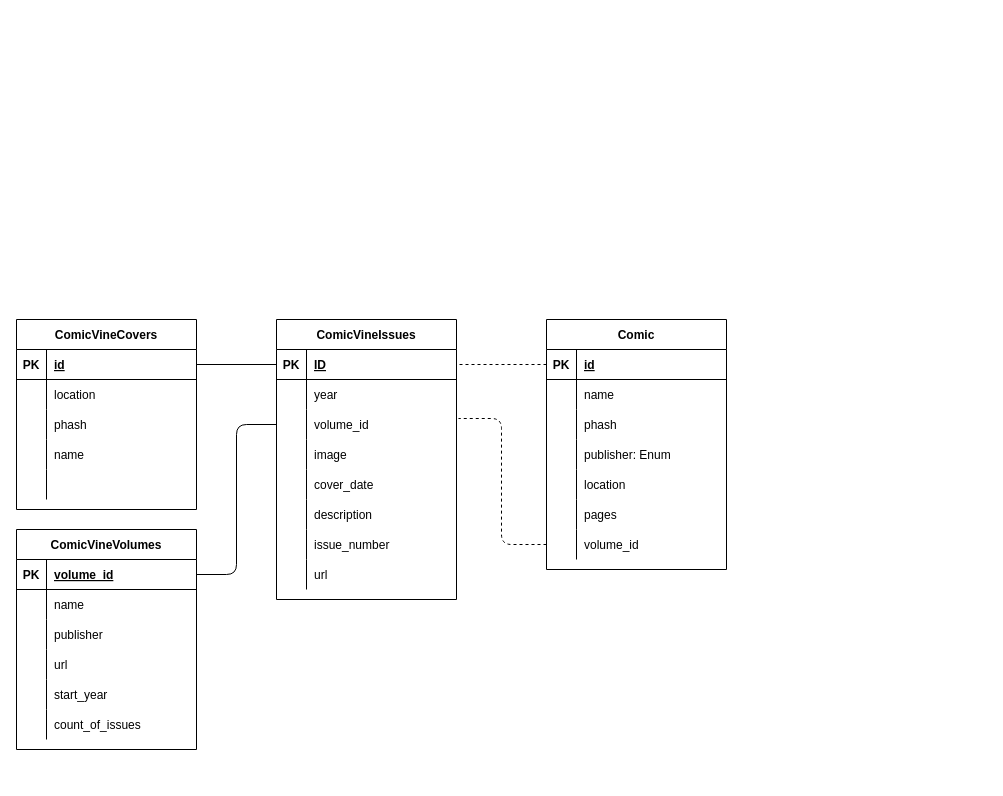
This is longbox.drawio from jdbennet2001/draw.io, a draw.io file, before an edit. Source tidied: cells renumbered, new cells numbered last; positions are measured from the earlier drawing's top-left corner, leaving out a move shared by most shapes. Both pictures are drawn from the tidied source at 100%, with x=0, y=0 at pixel (16, 319).
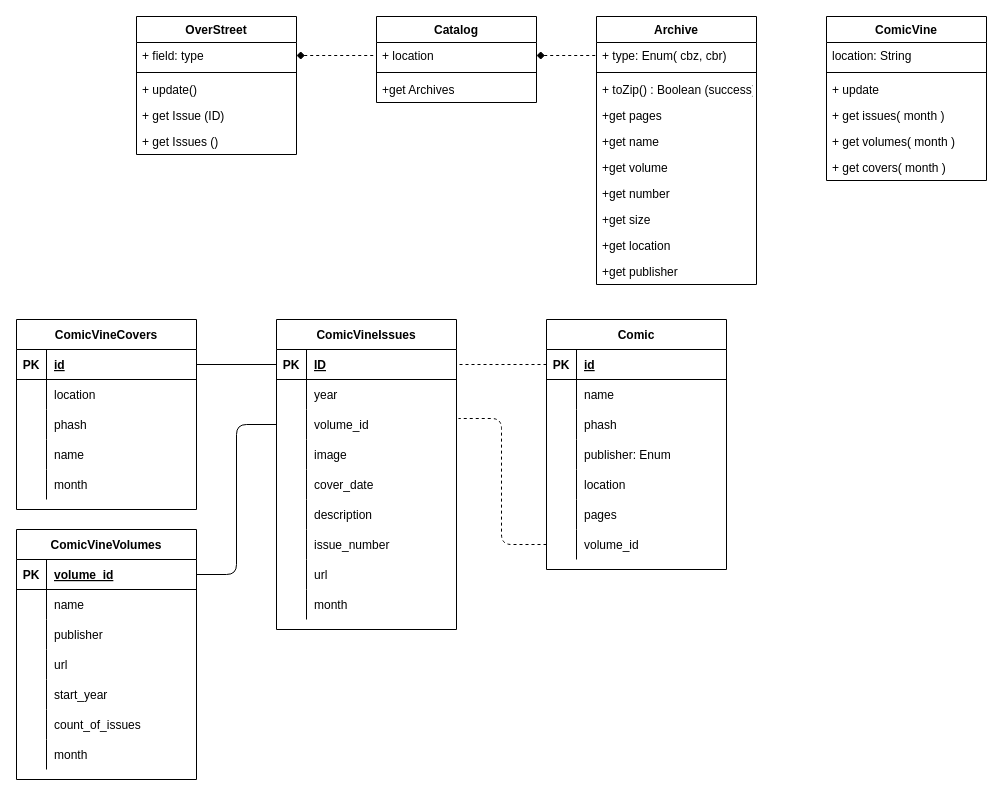
After the change.

The change refers to these unchanged cells:
```xml
<mxCell id="40" style="shape=partialRectangle;fillColor=none;top=0;left=0;bottom=0;right=0;" parent="27" vertex="1">
  <mxGeometry y="150" width="180" height="30" as="geometry" />
</mxCell>
```

What changed in the source:
```diff
@@
     <mxCell id="2" value="ComicVineIssues" style="shape=table;startSize=30;childLayout=tableLayout;rowLines=0;fontStyle=1;align=center;" parent="1" vertex="1">
-      <mxGeometry x="260" width="180" height="280" as="geometry" />
+      <mxGeometry x="260" width="180" height="310" as="geometry" />
     </mxCell>
@@
+    <mxCell id="88" style="shape=partialRectangle;fillColor=none;top=0;left=0;bottom=0;right=0;" parent="2" vertex="1">
+      <mxGeometry y="270" width="180" height="30" as="geometry" />
+    </mxCell>
+    <mxCell id="89" style="shape=partialRectangle;fillColor=none;top=0;left=0;bottom=0;right=0;overflow=hidden;" parent="88" vertex="1">
+      <mxGeometry width="30" height="30" as="geometry" />
+    </mxCell>
+    <mxCell id="90" value="month" style="shape=partialRectangle;fillColor=none;top=0;left=0;bottom=0;right=0;align=left;spacingLeft=6;overflow=hidden;" parent="88" vertex="1">
+      <mxGeometry x="30" width="150" height="30" as="geometry" />
+    </mxCell>
@@
-    <mxCell id="42" style="shape=partialRectangle;fillColor=none;top=0;left=0;bottom=0;right=0;align=left;spacingLeft=6;overflow=hidden;" parent="40" vertex="1">
+    <mxCell id="42" value="month" style="shape=partialRectangle;fillColor=none;top=0;left=0;bottom=0;right=0;align=left;spacingLeft=6;overflow=hidden;" parent="40" vertex="1">
       <mxGeometry x="30" width="150" height="30" as="geometry" />
     </mxCell>
@@
     <mxCell id="44" value="ComicVineVolumes" style="shape=table;startSize=30;childLayout=tableLayout;rowLines=0;fontStyle=1;align=center;" parent="1" vertex="1">
-      <mxGeometry y="210" width="180" height="220" as="geometry" />
+      <mxGeometry y="210" width="180" height="250" as="geometry" />
     </mxCell>
@@
+    <mxCell id="91" style="shape=partialRectangle;fillColor=none;top=0;left=0;bottom=0;right=0;" parent="44" vertex="1">
+      <mxGeometry y="210" width="180" height="30" as="geometry" />
+    </mxCell>
+    <mxCell id="92" style="shape=partialRectangle;fillColor=none;top=0;left=0;bottom=0;right=0;overflow=hidden;" parent="91" vertex="1">
+      <mxGeometry width="30" height="30" as="geometry" />
+    </mxCell>
+    <mxCell id="93" value="month" style="shape=partialRectangle;fillColor=none;top=0;left=0;bottom=0;right=0;align=left;spacingLeft=6;overflow=hidden;" parent="91" vertex="1">
+      <mxGeometry x="30" width="150" height="30" as="geometry" />
+    </mxCell>
@@
+    <mxCell id="94" value="ComicVine" style="swimlane;fontStyle=1;align=center;verticalAlign=top;horizontal=1;startSize=26;" parent="1" vertex="1">
+      <mxGeometry x="810" y="-303" width="160" height="164" as="geometry" />
+    </mxCell>
+    <mxCell id="95" value="location: String" style="text;strokeColor=none;fillColor=none;align=left;verticalAlign=top;spacingLeft=4;spacingRight=4;overflow=hidden;" parent="94" vertex="1">
+      <mxGeometry y="26" width="160" height="26" as="geometry" />
+    </mxCell>
+    <mxCell id="96" style="line;strokeWidth=1;fillColor=none;align=left;verticalAlign=middle;spacingTop=-1;spacingLeft=3;spacingRight=3;labelPosition=right;" parent="94" vertex="1">
+      <mxGeometry y="52" width="160" height="8" as="geometry" />
+    </mxCell>
+    <mxCell id="97" value="+ update" style="text;strokeColor=none;fillColor=none;align=left;verticalAlign=top;spacingLeft=4;spacingRight=4;overflow=hidden;" parent="94" vertex="1">
+      <mxGeometry y="60" width="160" height="26" as="geometry" />
+    </mxCell>
+    <mxCell id="98" value="+ get issues( month )" style="text;strokeColor=none;fillColor=none;align=left;verticalAlign=top;spacingLeft=4;spacingRight=4;overflow=hidden;" parent="94" vertex="1">
+      <mxGeometry y="86" width="160" height="26" as="geometry" />
+    </mxCell>
+    <mxCell id="99" value="+ get volumes( month )" style="text;strokeColor=none;fillColor=none;align=left;verticalAlign=top;spacingLeft=4;spacingRight=4;overflow=hidden;" parent="94" vertex="1">
+      <mxGeometry y="112" width="160" height="26" as="geometry" />
+    </mxCell>
+    <mxCell id="100" value="+ get covers( month )" style="text;strokeColor=none;fillColor=none;align=left;verticalAlign=top;spacingLeft=4;spacingRight=4;overflow=hidden;" parent="94" vertex="1">
+      <mxGeometry y="138" width="160" height="26" as="geometry" />
+    </mxCell>
+    <mxCell id="101" value="Archive" style="swimlane;fontStyle=1;align=center;verticalAlign=top;horizontal=1;startSize=26;" parent="1" vertex="1">
+      <mxGeometry x="580" y="-303" width="160" height="268" as="geometry" />
+    </mxCell>
+    <mxCell id="102" value="+ type: Enum( cbz, cbr)" style="text;strokeColor=none;fillColor=none;align=left;verticalAlign=top;spacingLeft=4;spacingRight=4;overflow=hidden;points=[[0,0.5],[1,0.5]];portConstraint=eastwest;" parent="101" vertex="1">
+      <mxGeometry y="26" width="160" height="26" as="geometry" />
+    </mxCell>
+    <mxCell id="103" style="line;strokeWidth=1;fillColor=none;align=left;verticalAlign=middle;spacingTop=-1;spacingLeft=3;spacingRight=3;labelPosition=right;" parent="101" vertex="1">
+      <mxGeometry y="52" width="160" height="8" as="geometry" />
+    </mxCell>
+    <mxCell id="104" value="+ toZip() : Boolean (success)" style="text;strokeColor=none;fillColor=none;align=left;verticalAlign=top;spacingLeft=4;spacingRight=4;overflow=hidden;" parent="101" vertex="1">
+      <mxGeometry y="60" width="160" height="26" as="geometry" />
+    </mxCell>
+    <mxCell id="105" value="+get pages" style="text;strokeColor=none;fillColor=none;align=left;verticalAlign=top;spacingLeft=4;spacingRight=4;overflow=hidden;" parent="101" vertex="1">
+      <mxGeometry y="86" width="160" height="26" as="geometry" />
+    </mxCell>
+    <mxCell id="106" value="+get name" style="text;strokeColor=none;fillColor=none;align=left;verticalAlign=top;spacingLeft=4;spacingRight=4;overflow=hidden;" parent="101" vertex="1">
+      <mxGeometry y="112" width="160" height="26" as="geometry" />
+    </mxCell>
+    <mxCell id="107" value="+get volume" style="text;strokeColor=none;fillColor=none;align=left;verticalAlign=top;spacingLeft=4;spacingRight=4;overflow=hidden;" parent="101" vertex="1">
+      <mxGeometry y="138" width="160" height="26" as="geometry" />
+    </mxCell>
+    <mxCell id="108" value="+get number" style="text;strokeColor=none;fillColor=none;align=left;verticalAlign=top;spacingLeft=4;spacingRight=4;overflow=hidden;" parent="101" vertex="1">
+      <mxGeometry y="164" width="160" height="26" as="geometry" />
+    </mxCell>
+    <mxCell id="109" value="+get size" style="text;strokeColor=none;fillColor=none;align=left;verticalAlign=top;spacingLeft=4;spacingRight=4;overflow=hidden;" parent="101" vertex="1">
+      <mxGeometry y="190" width="160" height="26" as="geometry" />
+    </mxCell>
+    <mxCell id="110" value="+get location" style="text;strokeColor=none;fillColor=none;align=left;verticalAlign=top;spacingLeft=4;spacingRight=4;overflow=hidden;" parent="101" vertex="1">
+      <mxGeometry y="216" width="160" height="26" as="geometry" />
+    </mxCell>
+    <mxCell id="111" value="+get publisher" style="text;strokeColor=none;fillColor=none;align=left;verticalAlign=top;spacingLeft=4;spacingRight=4;overflow=hidden;" parent="101" vertex="1">
+      <mxGeometry y="242" width="160" height="26" as="geometry" />
+    </mxCell>
+    <mxCell id="112" value="OverStreet" style="swimlane;fontStyle=1;align=center;verticalAlign=top;horizontal=1;startSize=26;" parent="1" vertex="1">
+      <mxGeometry x="120" y="-303" width="160" height="138" as="geometry" />
+    </mxCell>
+    <mxCell id="113" value="+ field: type" style="text;strokeColor=none;fillColor=none;align=left;verticalAlign=top;spacingLeft=4;spacingRight=4;overflow=hidden;points=[[0,0.5],[1,0.5]];portConstraint=eastwest;" parent="112" vertex="1">
+      <mxGeometry y="26" width="160" height="26" as="geometry" />
+    </mxCell>
+    <mxCell id="114" style="line;strokeWidth=1;fillColor=none;align=left;verticalAlign=middle;spacingTop=-1;spacingLeft=3;spacingRight=3;labelPosition=right;" parent="112" vertex="1">
+      <mxGeometry y="52" width="160" height="8" as="geometry" />
+    </mxCell>
+    <mxCell id="115" value="+ update()" style="text;strokeColor=none;fillColor=none;align=left;verticalAlign=top;spacingLeft=4;spacingRight=4;overflow=hidden;" parent="112" vertex="1">
+      <mxGeometry y="60" width="160" height="26" as="geometry" />
+    </mxCell>
+    <mxCell id="116" value="+ get Issue (ID)" style="text;strokeColor=none;fillColor=none;align=left;verticalAlign=top;spacingLeft=4;spacingRight=4;overflow=hidden;" parent="112" vertex="1">
+      <mxGeometry y="86" width="160" height="26" as="geometry" />
+    </mxCell>
+    <mxCell id="117" value="+ get Issues ()" style="text;strokeColor=none;fillColor=none;align=left;verticalAlign=top;spacingLeft=4;spacingRight=4;overflow=hidden;" parent="112" vertex="1">
+      <mxGeometry y="112" width="160" height="26" as="geometry" />
+    </mxCell>
+    <mxCell id="118" value="Catalog" style="swimlane;fontStyle=1;align=center;verticalAlign=top;horizontal=1;startSize=26;" parent="1" vertex="1">
+      <mxGeometry x="360" y="-303" width="160" height="86" as="geometry" />
+    </mxCell>
+    <mxCell id="119" value="+ location" style="text;strokeColor=none;fillColor=none;align=left;verticalAlign=top;spacingLeft=4;spacingRight=4;overflow=hidden;points=[[0,0.5],[1,0.5]];portConstraint=eastwest;" parent="118" vertex="1">
+      <mxGeometry y="26" width="160" height="26" as="geometry" />
+    </mxCell>
+    <mxCell id="120" style="line;strokeWidth=1;fillColor=none;align=left;verticalAlign=middle;spacingTop=-1;spacingLeft=3;spacingRight=3;labelPosition=right;" parent="118" vertex="1">
+      <mxGeometry y="52" width="160" height="8" as="geometry" />
+    </mxCell>
+    <mxCell id="121" value="+get Archives" style="text;strokeColor=none;fillColor=none;align=left;verticalAlign=top;spacingLeft=4;spacingRight=4;overflow=hidden;" parent="118" vertex="1">
+      <mxGeometry y="60" width="160" height="26" as="geometry" />
+    </mxCell>
+    <mxCell id="122" style="edgeStyle=orthogonalEdgeStyle;rounded=1;jettySize=auto;html=1;exitX=1;exitY=0.5;exitDx=0;exitDy=0;entryX=0;entryY=0.5;entryDx=0;entryDy=0;dashed=1;endArrow=none;endFill=0;startArrow=diamond;startFill=1;" parent="1" edge="1" source="113" target="119">
+      <mxGeometry relative="1" as="geometry" />
+    </mxCell>
+    <mxCell id="123" style="edgeStyle=orthogonalEdgeStyle;rounded=1;jettySize=auto;html=1;exitX=1;exitY=0.5;exitDx=0;exitDy=0;entryX=0;entryY=0.5;entryDx=0;entryDy=0;dashed=1;endArrow=none;endFill=0;startArrow=diamond;startFill=1;" parent="1" edge="1" source="119" target="102">
+      <mxGeometry relative="1" as="geometry" />
+    </mxCell>
```
